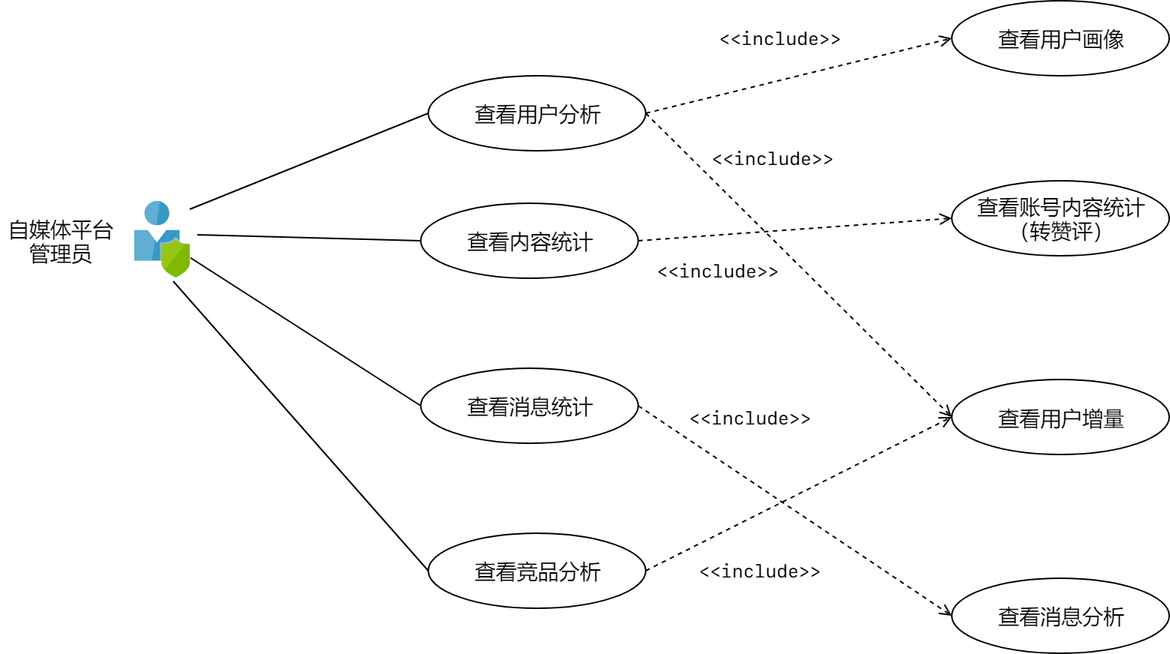
Above: DataAnalysis/da_usercase.png in zan-press/diagram (draw.io), before the change. Source tidied: cells renumbered, new cells last; positions are measured from the earlier drawing's top-left corner, leaving out a move shared by most shapes. Its diagram source:
```xml
<mxGraphModel>
  <root>
    <mxCell id="0" />
    <mxCell id="1" parent="0" />
    <mxCell id="2" style="edgeStyle=none;rounded=0;jettySize=auto;html=1;entryX=0;entryY=0.5;entryDx=0;entryDy=0;startArrow=none;startFill=0;endArrow=none;endFill=0;fontFamily=SF Mono;fontSize=14;exitX=0.986;exitY=0.098;exitDx=0;exitDy=0;exitPerimeter=0;" parent="1" edge="1" source="4" target="6">
      <mxGeometry relative="1" as="geometry" />
    </mxCell>
    <mxCell id="3" style="rounded=0;jettySize=auto;html=1;endArrow=none;endFill=0;entryX=0;entryY=0.5;entryDx=0;entryDy=0;fontFamily=SF Mono;" parent="1" edge="1" source="4" target="7">
      <mxGeometry relative="1" as="geometry" />
    </mxCell>
    <mxCell id="4" style="html=1;points=[];align=center;image;fontSize=12;image=img/lib/mscae/User_Privacy.svg;fontFamily=SF Mono;" parent="1" vertex="1">
      <mxGeometry x="89.5" y="134" width="37" height="51" as="geometry" />
    </mxCell>
    <mxCell id="5" value="自媒体平台&lt;br style=&quot;font-size: 14px;&quot;&gt;管理员" style="text;html=1;strokeColor=none;fillColor=none;align=center;verticalAlign=middle;whiteSpace=wrap;rounded=0;fontFamily=SF Mono;fontStyle=0;fontSize=14;" parent="1" vertex="1">
      <mxGeometry y="145" width="80" height="30" as="geometry" />
    </mxCell>
    <mxCell id="6" value="查看用户分析" style="ellipse;whiteSpace=wrap;html=1;fontFamily=SF Mono;fontSize=14;" parent="1" vertex="1">
      <mxGeometry x="285" y="50" width="145" height="50" as="geometry" />
    </mxCell>
    <mxCell id="7" value="查看消息统计" style="ellipse;whiteSpace=wrap;html=1;fontFamily=SF Mono;fontSize=14;" parent="1" vertex="1">
      <mxGeometry x="280" y="245" width="145" height="50" as="geometry" />
    </mxCell>
    <mxCell id="8" value="查看内容统计" style="ellipse;whiteSpace=wrap;html=1;fontFamily=SF Mono;fontSize=14;" parent="1" vertex="1">
      <mxGeometry x="280" y="135" width="145" height="50" as="geometry" />
    </mxCell>
    <mxCell id="9" value="查看竞品分析" style="ellipse;whiteSpace=wrap;html=1;fontFamily=SF Mono;fontSize=14;" parent="1" vertex="1">
      <mxGeometry x="285" y="355" width="145" height="50" as="geometry" />
    </mxCell>
    <mxCell id="10" style="endArrow=none;html=1;exitX=1.122;exitY=0.431;exitDx=0;exitDy=0;exitPerimeter=0;entryX=0;entryY=0.5;entryDx=0;entryDy=0;fontFamily=SF Mono;" parent="1" edge="1" source="4" target="8">
      <mxGeometry relative="1" as="geometry" />
    </mxCell>
    <mxCell id="11" style="endArrow=none;html=1;exitX=0.689;exitY=1.039;exitDx=0;exitDy=0;exitPerimeter=0;entryX=0;entryY=0.5;entryDx=0;entryDy=0;fontFamily=SF Mono;" parent="1" edge="1" source="4" target="9">
      <mxGeometry relative="1" as="geometry" />
    </mxCell>
    <mxCell id="12" value="查看用户增量" style="ellipse;whiteSpace=wrap;html=1;fontFamily=SF Mono;fontSize=14;" parent="1" vertex="1">
      <mxGeometry x="634" y="252.5" width="145" height="50" as="geometry" />
    </mxCell>
    <mxCell id="13" value="查看用户画像" style="ellipse;whiteSpace=wrap;html=1;fontFamily=SF Mono;fontSize=14;" parent="1" vertex="1">
      <mxGeometry x="634" width="145" height="50" as="geometry" />
    </mxCell>
    <mxCell id="14" value="查看消息分析" style="ellipse;whiteSpace=wrap;html=1;fontFamily=SF Mono;fontSize=14;" parent="1" vertex="1">
      <mxGeometry x="634" y="385" width="145" height="50" as="geometry" />
    </mxCell>
    <mxCell id="15" value="查看账号内容统计&lt;br&gt;（转赞评）" style="ellipse;whiteSpace=wrap;html=1;fontFamily=SF Mono;fontSize=14;" parent="1" vertex="1">
      <mxGeometry x="634" y="120" width="145" height="50" as="geometry" />
    </mxCell>
    <mxCell id="16" style="endArrow=open;html=1;entryX=0;entryY=0.5;entryDx=0;entryDy=0;exitX=1;exitY=0.5;exitDx=0;exitDy=0;fontFamily=SF Mono;endFill=0;dashed=1;" parent="1" edge="1" source="6" target="13">
      <mxGeometry relative="1" as="geometry" />
    </mxCell>
    <mxCell id="17" style="endArrow=open;html=1;exitX=1;exitY=0.5;exitDx=0;exitDy=0;entryX=0;entryY=0.5;entryDx=0;entryDy=0;fontFamily=SF Mono;endFill=0;dashed=1;" parent="1" edge="1" source="6" target="12">
      <mxGeometry relative="1" as="geometry" />
    </mxCell>
    <mxCell id="18" style="endArrow=open;html=1;exitX=1;exitY=0.5;exitDx=0;exitDy=0;entryX=0;entryY=0.5;entryDx=0;entryDy=0;fontFamily=SF Mono;endFill=0;dashed=1;" parent="1" edge="1" source="8" target="15">
      <mxGeometry relative="1" as="geometry" />
    </mxCell>
    <mxCell id="19" style="endArrow=open;html=1;exitX=1;exitY=0.5;exitDx=0;exitDy=0;entryX=0;entryY=0.5;entryDx=0;entryDy=0;fontFamily=SF Mono;endFill=0;dashed=1;" parent="1" edge="1" source="7" target="14">
      <mxGeometry relative="1" as="geometry" />
    </mxCell>
    <mxCell id="20" style="endArrow=open;html=1;exitX=1;exitY=0.5;exitDx=0;exitDy=0;entryX=0;entryY=0.5;entryDx=0;entryDy=0;fontFamily=SF Mono;endFill=0;dashed=1;" parent="1" edge="1" source="9" target="12">
      <mxGeometry relative="1" as="geometry" />
    </mxCell>
    <mxCell id="21" value="&amp;lt;&amp;lt;include&amp;gt;&amp;gt;" style="text;html=1;strokeColor=none;fillColor=none;align=center;verticalAlign=middle;whiteSpace=wrap;rounded=0;fontFamily=SF Mono;" parent="1" vertex="1">
      <mxGeometry x="465" y="15" width="110" height="20" as="geometry" />
    </mxCell>
    <mxCell id="22" value="&amp;lt;&amp;lt;include&amp;gt;&amp;gt;" style="text;html=1;strokeColor=none;fillColor=none;align=center;verticalAlign=middle;whiteSpace=wrap;rounded=0;fontFamily=SF Mono;" parent="1" vertex="1">
      <mxGeometry x="460" y="95" width="110" height="20" as="geometry" />
    </mxCell>
    <mxCell id="23" value="&amp;lt;&amp;lt;include&amp;gt;&amp;gt;" style="text;html=1;strokeColor=none;fillColor=none;align=center;verticalAlign=middle;whiteSpace=wrap;rounded=0;fontFamily=SF Mono;" parent="1" vertex="1">
      <mxGeometry x="435" y="170" width="85" height="20" as="geometry" />
    </mxCell>
    <mxCell id="24" value="&amp;lt;&amp;lt;include&amp;gt;&amp;gt;" style="text;html=1;strokeColor=none;fillColor=none;align=center;verticalAlign=middle;whiteSpace=wrap;rounded=0;fontFamily=SF Mono;" parent="1" vertex="1">
      <mxGeometry x="465" y="370" width="80" height="20" as="geometry" />
    </mxCell>
    <mxCell id="25" value="&amp;lt;&amp;lt;include&amp;gt;&amp;gt;" style="text;html=1;strokeColor=none;fillColor=none;align=center;verticalAlign=middle;whiteSpace=wrap;rounded=0;fontFamily=SF Mono;" parent="1" vertex="1">
      <mxGeometry x="445" y="267.5" width="110" height="20" as="geometry" />
    </mxCell>
  </root>
</mxGraphModel>
```
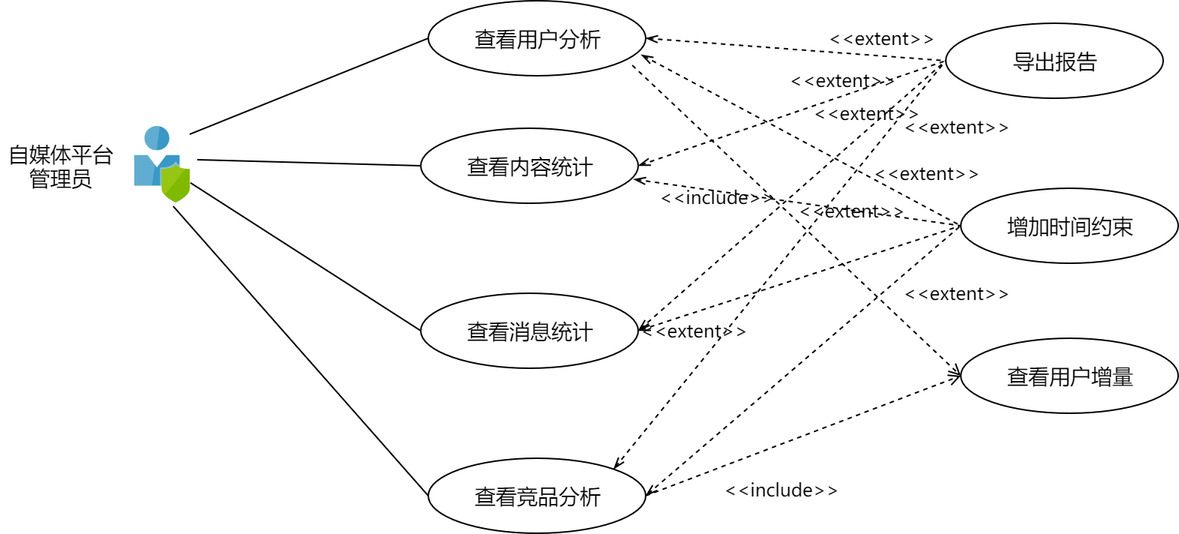
After the commit.

Change to the diagram source:
```diff
@@ -33,46 +33,75 @@
       <mxGeometry relative="1" as="geometry" />
     </mxCell>
     <mxCell id="12" value="查看用户增量" style="ellipse;whiteSpace=wrap;html=1;fontFamily=SF Mono;fontSize=14;" parent="1" vertex="1">
-      <mxGeometry x="634" y="252.5" width="145" height="50" as="geometry" />
+      <mxGeometry x="640" y="275" width="145" height="50" as="geometry" />
     </mxCell>
-    <mxCell id="13" value="查看用户画像" style="ellipse;whiteSpace=wrap;html=1;fontFamily=SF Mono;fontSize=14;" parent="1" vertex="1">
-      <mxGeometry x="634" width="145" height="50" as="geometry" />
-    </mxCell>
-    <mxCell id="14" value="查看消息分析" style="ellipse;whiteSpace=wrap;html=1;fontFamily=SF Mono;fontSize=14;" parent="1" vertex="1">
-      <mxGeometry x="634" y="385" width="145" height="50" as="geometry" />
-    </mxCell>
-    <mxCell id="15" value="查看账号内容统计&lt;br&gt;（转赞评）" style="ellipse;whiteSpace=wrap;html=1;fontFamily=SF Mono;fontSize=14;" parent="1" vertex="1">
-      <mxGeometry x="634" y="120" width="145" height="50" as="geometry" />
-    </mxCell>
-    <mxCell id="16" style="endArrow=open;html=1;entryX=0;entryY=0.5;entryDx=0;entryDy=0;exitX=1;exitY=0.5;exitDx=0;exitDy=0;fontFamily=SF Mono;endFill=0;dashed=1;" parent="1" edge="1" source="6" target="13">
-      <mxGeometry relative="1" as="geometry" />
-    </mxCell>
-    <mxCell id="17" style="endArrow=open;html=1;exitX=1;exitY=0.5;exitDx=0;exitDy=0;entryX=0;entryY=0.5;entryDx=0;entryDy=0;fontFamily=SF Mono;endFill=0;dashed=1;" parent="1" edge="1" source="6" target="12">
+    <mxCell id="17" style="endArrow=open;html=1;exitX=0.938;exitY=0.86;exitDx=0;exitDy=0;entryX=0;entryY=0.5;entryDx=0;entryDy=0;fontFamily=SF Mono;endFill=0;dashed=1;exitPerimeter=0;" parent="1" edge="1" source="6" target="12">
       <mxGeometry relative="1" as="geometry" />
     </mxCell>
-    <mxCell id="18" style="endArrow=open;html=1;exitX=1;exitY=0.5;exitDx=0;exitDy=0;entryX=0;entryY=0.5;entryDx=0;entryDy=0;fontFamily=SF Mono;endFill=0;dashed=1;" parent="1" edge="1" source="8" target="15">
-      <mxGeometry relative="1" as="geometry" />
-    </mxCell>
-    <mxCell id="19" style="endArrow=open;html=1;exitX=1;exitY=0.5;exitDx=0;exitDy=0;entryX=0;entryY=0.5;entryDx=0;entryDy=0;fontFamily=SF Mono;endFill=0;dashed=1;" parent="1" edge="1" source="7" target="14">
-      <mxGeometry relative="1" as="geometry" />
-    </mxCell>
     <mxCell id="20" style="endArrow=open;html=1;exitX=1;exitY=0.5;exitDx=0;exitDy=0;entryX=0;entryY=0.5;entryDx=0;entryDy=0;fontFamily=SF Mono;endFill=0;dashed=1;" parent="1" edge="1" source="9" target="12">
       <mxGeometry relative="1" as="geometry" />
     </mxCell>
-    <mxCell id="21" value="&amp;lt;&amp;lt;include&amp;gt;&amp;gt;" style="text;html=1;strokeColor=none;fillColor=none;align=center;verticalAlign=middle;whiteSpace=wrap;rounded=0;fontFamily=SF Mono;" parent="1" vertex="1">
-      <mxGeometry x="465" y="15" width="110" height="20" as="geometry" />
-    </mxCell>
-    <mxCell id="22" value="&amp;lt;&amp;lt;include&amp;gt;&amp;gt;" style="text;html=1;strokeColor=none;fillColor=none;align=center;verticalAlign=middle;whiteSpace=wrap;rounded=0;fontFamily=SF Mono;" parent="1" vertex="1">
-      <mxGeometry x="460" y="95" width="110" height="20" as="geometry" />
-    </mxCell>
     <mxCell id="23" value="&amp;lt;&amp;lt;include&amp;gt;&amp;gt;" style="text;html=1;strokeColor=none;fillColor=none;align=center;verticalAlign=middle;whiteSpace=wrap;rounded=0;fontFamily=SF Mono;" parent="1" vertex="1">
       <mxGeometry x="435" y="170" width="85" height="20" as="geometry" />
     </mxCell>
     <mxCell id="24" value="&amp;lt;&amp;lt;include&amp;gt;&amp;gt;" style="text;html=1;strokeColor=none;fillColor=none;align=center;verticalAlign=middle;whiteSpace=wrap;rounded=0;fontFamily=SF Mono;" parent="1" vertex="1">
-      <mxGeometry x="465" y="370" width="80" height="20" as="geometry" />
+      <mxGeometry x="480" y="365" width="80" height="20" as="geometry" />
     </mxCell>
-    <mxCell id="25" value="&amp;lt;&amp;lt;include&amp;gt;&amp;gt;" style="text;html=1;strokeColor=none;fillColor=none;align=center;verticalAlign=middle;whiteSpace=wrap;rounded=0;fontFamily=SF Mono;" parent="1" vertex="1">
-      <mxGeometry x="445" y="267.5" width="110" height="20" as="geometry" />
-    </mxCell>
+    <mxCell id="26" value="导出报告" style="ellipse;whiteSpace=wrap;html=1;fontFamily=SF Mono;fontSize=14;" parent="1" vertex="1">
+      <mxGeometry x="630" y="65" width="145" height="50" as="geometry" />
+    </mxCell>
+    <mxCell id="27" style="endArrow=none;dashed=1;html=1;entryX=0;entryY=0.5;entryDx=0;entryDy=0;startArrow=openThin;startFill=0;fontFamily=SF Mono;" parent="1" edge="1" target="26">
+      <mxGeometry relative="1" as="geometry">
+        <mxPoint x="430" y="75" as="sourcePoint" />
+      </mxGeometry>
+    </mxCell>
+    <mxCell id="28" style="endArrow=none;dashed=1;html=1;entryX=0;entryY=0.5;entryDx=0;entryDy=0;startArrow=openThin;startFill=0;exitX=1;exitY=0.5;exitDx=0;exitDy=0;fontFamily=SF Mono;" parent="1" edge="1" source="8" target="26">
+      <mxGeometry relative="1" as="geometry" />
+    </mxCell>
+    <mxCell id="29" style="endArrow=none;dashed=1;html=1;entryX=0;entryY=0.5;entryDx=0;entryDy=0;startArrow=openThin;startFill=0;exitX=1;exitY=0.5;exitDx=0;exitDy=0;fontFamily=SF Mono;" parent="1" edge="1" source="7" target="26">
+      <mxGeometry relative="1" as="geometry" />
+    </mxCell>
+    <mxCell id="30" style="endArrow=none;dashed=1;html=1;entryX=0;entryY=0.5;entryDx=0;entryDy=0;startArrow=openThin;startFill=0;exitX=1;exitY=0;exitDx=0;exitDy=0;fontFamily=SF Mono;" parent="1" edge="1" source="9" target="26">
+      <mxGeometry relative="1" as="geometry" />
+    </mxCell>
+    <mxCell id="31" value="增加时间约束" style="ellipse;whiteSpace=wrap;html=1;fontFamily=SF Mono;fontSize=14;" parent="1" vertex="1">
+      <mxGeometry x="640" y="175" width="145" height="50" as="geometry" />
+    </mxCell>
+    <mxCell id="32" style="endArrow=none;dashed=1;html=1;entryX=0;entryY=0.5;entryDx=0;entryDy=0;startArrow=openThin;startFill=0;exitX=1;exitY=0.5;exitDx=0;exitDy=0;fontFamily=SF Mono;" parent="1" edge="1" source="9" target="31">
+      <mxGeometry relative="1" as="geometry" />
+    </mxCell>
+    <mxCell id="33" style="endArrow=none;dashed=1;html=1;entryX=0;entryY=0.5;entryDx=0;entryDy=0;startArrow=openThin;startFill=0;exitX=1;exitY=0.5;exitDx=0;exitDy=0;fontFamily=SF Mono;" parent="1" edge="1" source="7" target="31">
+      <mxGeometry relative="1" as="geometry" />
+    </mxCell>
+    <mxCell id="34" style="endArrow=none;dashed=1;html=1;entryX=0;entryY=0.5;entryDx=0;entryDy=0;startArrow=openThin;startFill=0;exitX=0.979;exitY=0.68;exitDx=0;exitDy=0;exitPerimeter=0;fontFamily=SF Mono;" parent="1" edge="1" source="8" target="31">
+      <mxGeometry relative="1" as="geometry" />
+    </mxCell>
+    <mxCell id="35" style="endArrow=none;dashed=1;html=1;entryX=0;entryY=0.5;entryDx=0;entryDy=0;startArrow=openThin;startFill=0;exitX=0.979;exitY=0.72;exitDx=0;exitDy=0;exitPerimeter=0;fontFamily=SF Mono;" parent="1" edge="1" source="6" target="31">
+      <mxGeometry relative="1" as="geometry" />
+    </mxCell>
+    <mxCell id="36" value="&amp;lt;&amp;lt;extent&amp;gt;&amp;gt;&lt;br&gt;" style="text;html=1;align=left;verticalAlign=top;spacingTop=-4;fontFamily=SF Mono;" parent="1" vertex="1">
+      <mxGeometry x="550" y="65" width="80" height="20" as="geometry" />
+    </mxCell>
+    <mxCell id="37" value="&amp;lt;&amp;lt;extent&amp;gt;&amp;gt;&lt;br&gt;" style="text;html=1;align=left;verticalAlign=top;spacingTop=-4;fontFamily=SF Mono;" parent="1" vertex="1">
+      <mxGeometry x="540" y="115" width="80" height="20" as="geometry" />
+    </mxCell>
+    <mxCell id="38" value="&amp;lt;&amp;lt;extent&amp;gt;&amp;gt;&lt;br&gt;" style="text;html=1;align=left;verticalAlign=top;spacingTop=-4;fontFamily=SF Mono;" parent="1" vertex="1">
+      <mxGeometry x="524" y="92.5" width="80" height="20" as="geometry" />
+    </mxCell>
+    <mxCell id="39" value="&amp;lt;&amp;lt;extent&amp;gt;&amp;gt;&lt;br&gt;" style="text;html=1;align=left;verticalAlign=top;spacingTop=-4;fontFamily=SF Mono;" parent="1" vertex="1">
+      <mxGeometry x="600" y="124" width="80" height="20" as="geometry" />
+    </mxCell>
+    <mxCell id="40" value="&amp;lt;&amp;lt;extent&amp;gt;&amp;gt;&lt;br&gt;" style="text;html=1;align=left;verticalAlign=top;spacingTop=-4;fontFamily=SF Mono;" parent="1" vertex="1">
+      <mxGeometry x="580" y="155" width="80" height="20" as="geometry" />
+    </mxCell>
+    <mxCell id="41" value="&amp;lt;&amp;lt;extent&amp;gt;&amp;gt;&lt;br&gt;" style="text;html=1;align=left;verticalAlign=top;spacingTop=-4;fontFamily=SF Mono;" parent="1" vertex="1">
+      <mxGeometry x="530" y="180" width="80" height="20" as="geometry" />
+    </mxCell>
+    <mxCell id="42" value="&amp;lt;&amp;lt;extent&amp;gt;&amp;gt;&lt;br&gt;" style="text;html=1;align=left;verticalAlign=top;spacingTop=-4;fontFamily=SF Mono;" parent="1" vertex="1">
+      <mxGeometry x="600" y="235" width="80" height="20" as="geometry" />
+    </mxCell>
+    <mxCell id="43" value="&amp;lt;&amp;lt;extent&amp;gt;&amp;gt;&lt;br&gt;" style="text;html=1;align=left;verticalAlign=top;spacingTop=-4;fontFamily=SF Mono;" parent="1" vertex="1">
+      <mxGeometry x="425" y="260" width="80" height="20" as="geometry" />
+    </mxCell>
   </root>
 </mxGraphModel>
```
